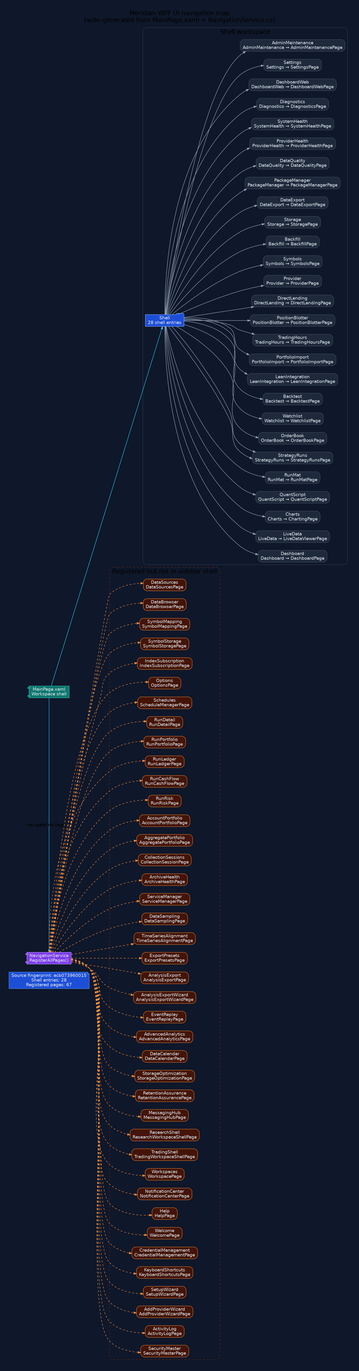
The Graphviz diagram docs/diagrams/ui-navigation-map.png in rodoHasArrived/Meridian-main, before a commit. Its source is kept beside it as docs/diagrams/ui-navigation-map.dot.
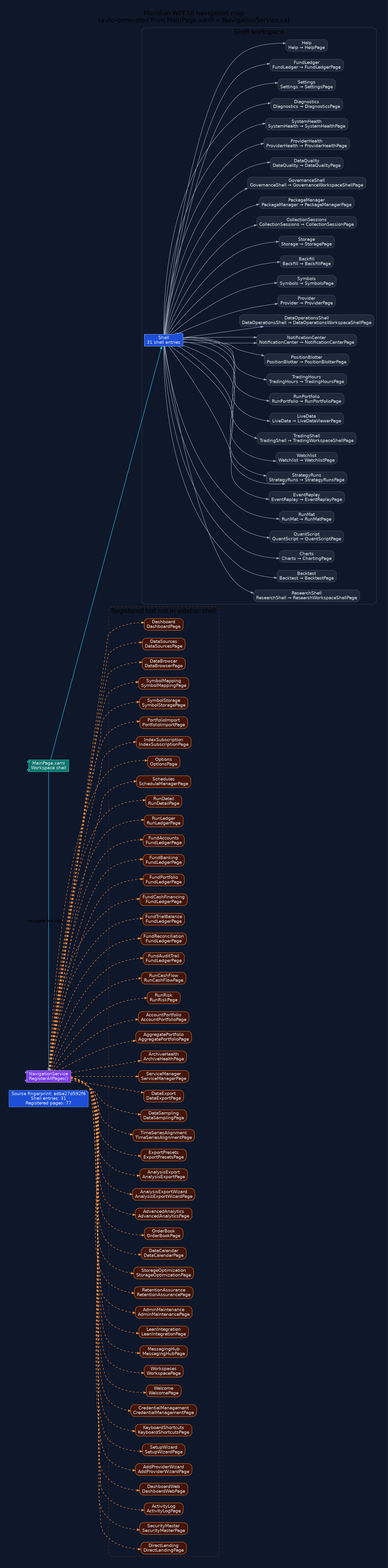
The same file after the commit.

The edit, as a diff of the source:
```diff
@@ -13,7 +13,7 @@
   node [fontname="Segoe UI", shape=box, style="rounded,filled", color="#475569", fontcolor="#e2e8f0", fillcolor="#1e293b"];
   edge [fontname="Segoe UI", color="#94a3b8", penwidth=1.3, arrowsize=0.8];
 
-  generated [shape=note, fillcolor="#1d4ed8", color="#60a5fa", label="Source fingerprint: acb073960015\nShell entries: 28\nRegistered pages: 67"];
+  generated [shape=note, fillcolor="#1d4ed8", color="#60a5fa", label="Source fingerprint: adba27d592f6\nShell entries: 31\nRegistered pages: 77"];
   shell [shape=component, fillcolor="#0f766e", color="#2dd4bf", label="MainPage.xaml\nWorkspace shell"];
   navigation [shape=component, fillcolor="#7c3aed", color="#c4b5fd", label="NavigationService\nRegisterAllPages()"];
   shell -> navigation [label="navigate via tags", color="#38bdf8"];
@@ -22,38 +22,40 @@
     label="Shell workspace";
     color="#334155";
     style="rounded";
-    workspace_1 [shape=folder, fillcolor="#1d4ed8", color="#93c5fd", label="Shell\n28 shell entries"];
+    workspace_1 [shape=folder, fillcolor="#1d4ed8", color="#93c5fd", label="Shell\n31 shell entries"];
     shell -> workspace_1 [color="#22d3ee"];
-    page_Dashboard [label="Dashboard\nDashboard → DashboardPage", fillcolor="#1e293b"];
-    workspace_1 -> page_Dashboard;
-    page_LiveData [label="LiveData\nLiveData → LiveDataViewerPage", fillcolor="#1e293b"];
-    workspace_1 -> page_LiveData;
+    page_ResearchShell [label="ResearchShell\nResearchShell → ResearchWorkspaceShellPage", fillcolor="#1e293b"];
+    workspace_1 -> page_ResearchShell;
+    page_Backtest [label="Backtest\nBacktest → BacktestPage", fillcolor="#1e293b"];
+    workspace_1 -> page_Backtest;
     page_Charts [label="Charts\nCharts → ChartingPage", fillcolor="#1e293b"];
     workspace_1 -> page_Charts;
     page_QuantScript [label="QuantScript\nQuantScript → QuantScriptPage", fillcolor="#1e293b"];
     workspace_1 -> page_QuantScript;
     page_RunMat [label="RunMat\nRunMat → RunMatPage", fillcolor="#1e293b"];
     workspace_1 -> page_RunMat;
+    page_EventReplay [label="EventReplay\nEventReplay → EventReplayPage", fillcolor="#1e293b"];
+    workspace_1 -> page_EventReplay;
     page_StrategyRuns [label="StrategyRuns\nStrategyRuns → StrategyRunsPage", fillcolor="#1e293b"];
     workspace_1 -> page_StrategyRuns;
-    page_OrderBook [label="OrderBook\nOrderBook → OrderBookPage", fillcolor="#1e293b"];
-    workspace_1 -> page_OrderBook;
     page_Watchlist [label="Watchlist\nWatchlist → WatchlistPage", fillcolor="#1e293b"];
     workspace_1 -> page_Watchlist;
-    page_Backtest [label="Backtest\nBacktest → BacktestPage", fillcolor="#1e293b"];
-    workspace_1 -> page_Backtest;
+    page_TradingShell [label="TradingShell\nTradingShell → TradingWorkspaceShellPage", fillcolor="#1e293b"];
+    workspace_1 -> page_TradingShell;
+    page_LiveData [label="LiveData\nLiveData → LiveDataViewerPage", fillcolor="#1e293b"];
+    workspace_1 -> page_LiveData;
     page_StrategyRuns [label="StrategyRuns\nStrategyRuns → StrategyRunsPage", fillcolor="#1e293b"];
     workspace_1 -> page_StrategyRuns;
-    page_LeanIntegration [label="LeanIntegration\nLeanIntegration → LeanIntegrationPage", fillcolor="#1e293b"];
-    workspace_1 -> page_LeanIntegration;
-    page_PortfolioImport [label="PortfolioImport\nPortfolioImport → PortfolioImportPage", fillcolor="#1e293b"];
-    workspace_1 -> page_PortfolioImport;
+    page_RunPortfolio [label="RunPortfolio\nRunPortfolio → RunPortfolioPage", fillcolor="#1e293b"];
+    workspace_1 -> page_RunPortfolio;
     page_TradingHours [label="TradingHours\nTradingHours → TradingHoursPage", fillcolor="#1e293b"];
     workspace_1 -> page_TradingHours;
     page_PositionBlotter [label="PositionBlotter\nPositionBlotter → PositionBlotterPage", fillcolor="#1e293b"];
     workspace_1 -> page_PositionBlotter;
-    page_DirectLending [label="DirectLending\nDirectLending → DirectLendingPage", fillcolor="#1e293b"];
-    workspace_1 -> page_DirectLending;
+    page_NotificationCenter [label="NotificationCenter\nNotificationCenter → NotificationCenterPage", fillcolor="#1e293b"];
+    workspace_1 -> page_NotificationCenter;
+    page_DataOperationsShell [label="DataOperationsShell\nDataOperationsShell → DataOperationsWorkspaceShellPage", fillcolor="#1e293b"];
+    workspace_1 -> page_DataOperationsShell;
     page_Provider [label="Provider\nProvider → ProviderPage", fillcolor="#1e293b"];
     workspace_1 -> page_Provider;
     page_Symbols [label="Symbols\nSymbols → SymbolsPage", fillcolor="#1e293b"];
@@ -62,10 +64,12 @@
     workspace_1 -> page_Backfill;
     page_Storage [label="Storage\nStorage → StoragePage", fillcolor="#1e293b"];
     workspace_1 -> page_Storage;
-    page_DataExport [label="DataExport\nDataExport → DataExportPage", fillcolor="#1e293b"];
-    workspace_1 -> page_DataExport;
+    page_CollectionSessions [label="CollectionSessions\nCollectionSessions → CollectionSessionPage", fillcolor="#1e293b"];
+    workspace_1 -> page_CollectionSessions;
     page_PackageManager [label="PackageManager\nPackageManager → PackageManagerPage", fillcolor="#1e293b"];
     workspace_1 -> page_PackageManager;
+    page_GovernanceShell [label="GovernanceShell\nGovernanceShell → GovernanceWorkspaceShellPage", fillcolor="#1e293b"];
+    workspace_1 -> page_GovernanceShell;
     page_DataQuality [label="DataQuality\nDataQuality → DataQualityPage", fillcolor="#1e293b"];
     workspace_1 -> page_DataQuality;
     page_ProviderHealth [label="ProviderHealth\nProviderHealth → ProviderHealthPage", fillcolor="#1e293b"];
@@ -74,18 +78,22 @@
     workspace_1 -> page_SystemHealth;
     page_Diagnostics [label="Diagnostics\nDiagnostics → DiagnosticsPage", fillcolor="#1e293b"];
     workspace_1 -> page_Diagnostics;
-    page_DashboardWeb [label="DashboardWeb\nDashboardWeb → DashboardWebPage", fillcolor="#1e293b"];
-    workspace_1 -> page_DashboardWeb;
+    page_NotificationCenter [label="NotificationCenter\nNotificationCenter → NotificationCenterPage", fillcolor="#1e293b"];
+    workspace_1 -> page_NotificationCenter;
     page_Settings [label="Settings\nSettings → SettingsPage", fillcolor="#1e293b"];
     workspace_1 -> page_Settings;
-    page_AdminMaintenance [label="AdminMaintenance\nAdminMaintenance → AdminMaintenancePage", fillcolor="#1e293b"];
-    workspace_1 -> page_AdminMaintenance;
+    page_FundLedger [label="FundLedger\nFundLedger → FundLedgerPage", fillcolor="#1e293b"];
+    workspace_1 -> page_FundLedger;
+    page_Help [label="Help\nHelp → HelpPage", fillcolor="#1e293b"];
+    workspace_1 -> page_Help;
   }
 
   subgraph cluster_hidden_pages {
     label="Registered but not in sidebar shell";
     color="#7c2d12";
     style="rounded,dashed";
+    hidden_Dashboard [label="Dashboard\nDashboardPage", fillcolor="#431407", color="#fb923c"];
+    navigation -> hidden_Dashboard [style=dashed, color="#fb923c"];
     hidden_DataSources [label="DataSources\nDataSourcesPage", fillcolor="#431407", color="#fb923c"];
     navigation -> hidden_DataSources [style=dashed, color="#fb923c"];
     hidden_DataBrowser [label="DataBrowser\nDataBrowserPage", fillcolor="#431407", color="#fb923c"];
@@ -94,6 +102,8 @@
     navigation -> hidden_SymbolMapping [style=dashed, color="#fb923c"];
     hidden_SymbolStorage [label="SymbolStorage\nSymbolStoragePage", fillcolor="#431407", color="#fb923c"];
     navigation -> hidden_SymbolStorage [style=dashed, color="#fb923c"];
+    hidden_PortfolioImport [label="PortfolioImport\nPortfolioImportPage", fillcolor="#431407", color="#fb923c"];
+    navigation -> hidden_PortfolioImport [style=dashed, color="#fb923c"];
     hidden_IndexSubscription [label="IndexSubscription\nIndexSubscriptionPage", fillcolor="#431407", color="#fb923c"];
     navigation -> hidden_IndexSubscription [style=dashed, color="#fb923c"];
     hidden_Options [label="Options\nOptionsPage", fillcolor="#431407", color="#fb923c"];
@@ -102,10 +112,22 @@
     navigation -> hidden_Schedules [style=dashed, color="#fb923c"];
     hidden_RunDetail [label="RunDetail\nRunDetailPage", fillcolor="#431407", color="#fb923c"];
     navigation -> hidden_RunDetail [style=dashed, color="#fb923c"];
-    hidden_RunPortfolio [label="RunPortfolio\nRunPortfolioPage", fillcolor="#431407", color="#fb923c"];
-    navigation -> hidden_RunPortfolio [style=dashed, color="#fb923c"];
     hidden_RunLedger [label="RunLedger\nRunLedgerPage", fillcolor="#431407", color="#fb923c"];
     navigation -> hidden_RunLedger [style=dashed, color="#fb923c"];
+    hidden_FundAccounts [label="FundAccounts\nFundLedgerPage", fillcolor="#431407", color="#fb923c"];
+    navigation -> hidden_FundAccounts [style=dashed, color="#fb923c"];
+    hidden_FundBanking [label="FundBanking\nFundLedgerPage", fillcolor="#431407", color="#fb923c"];
+    navigation -> hidden_FundBanking [style=dashed, color="#fb923c"];
+    hidden_FundPortfolio [label="FundPortfolio\nFundLedgerPage", fillcolor="#431407", color="#fb923c"];
+    navigation -> hidden_FundPortfolio [style=dashed, color="#fb923c"];
+    hidden_FundCashFinancing [label="FundCashFinancing\nFundLedgerPage", fillcolor="#431407", color="#fb923c"];
+    navigation -> hidden_FundCashFinancing [style=dashed, color="#fb923c"];
+    hidden_FundTrialBalance [label="FundTrialBalance\nFundLedgerPage", fillcolor="#431407", color="#fb923c"];
+    navigation -> hidden_FundTrialBalance [style=dashed, color="#fb923c"];
+    hidden_FundReconciliation [label="FundReconciliation\nFundLedgerPage", fillcolor="#431407", color="#fb923c"];
+    navigation -> hidden_FundReconciliation [style=dashed, color="#fb923c"];
+    hidden_FundAuditTrail [label="FundAuditTrail\nFundLedgerPage", fillcolor="#431407", color="#fb923c"];
+    navigation -> hidden_FundAuditTrail [style=dashed, color="#fb923c"];
     hidden_RunCashFlow [label="RunCashFlow\nRunCashFlowPage", fillcolor="#431407", color="#fb923c"];
     navigation -> hidden_RunCashFlow [style=dashed, color="#fb923c"];
     hidden_RunRisk [label="RunRisk\nRunRiskPage", fillcolor="#431407", color="#fb923c"];
@@ -114,12 +136,12 @@
     navigation -> hidden_AccountPortfolio [style=dashed, color="#fb923c"];
     hidden_AggregatePortfolio [label="AggregatePortfolio\nAggregatePortfolioPage", fillcolor="#431407", color="#fb923c"];
     navigation -> hidden_AggregatePortfolio [style=dashed, color="#fb923c"];
-    hidden_CollectionSessions [label="CollectionSessions\nCollectionSessionPage", fillcolor="#431407", color="#fb923c"];
-    navigation -> hidden_CollectionSessions [style=dashed, color="#fb923c"];
     hidden_ArchiveHealth [label="ArchiveHealth\nArchiveHealthPage", fillcolor="#431407", color="#fb923c"];
     navigation -> hidden_ArchiveHealth [style=dashed, color="#fb923c"];
     hidden_ServiceManager [label="ServiceManager\nServiceManagerPage", fillcolor="#431407", color="#fb923c"];
     navigation -> hidden_ServiceManager [style=dashed, color="#fb923c"];
+    hidden_DataExport [label="DataExport\nDataExportPage", fillcolor="#431407", color="#fb923c"];
+    navigation -> hidden_DataExport [style=dashed, color="#fb923c"];
     hidden_DataSampling [label="DataSampling\nDataSamplingPage", fillcolor="#431407", color="#fb923c"];
     navigation -> hidden_DataSampling [style=dashed, color="#fb923c"];
     hidden_TimeSeriesAlignment [label="TimeSeriesAlignment\nTimeSeriesAlignmentPage", fillcolor="#431407", color="#fb923c"];
@@ -130,28 +152,24 @@
     navigation -> hidden_AnalysisExport [style=dashed, color="#fb923c"];
     hidden_AnalysisExportWizard [label="AnalysisExportWizard\nAnalysisExportWizardPage", fillcolor="#431407", color="#fb923c"];
     navigation -> hidden_AnalysisExportWizard [style=dashed, color="#fb923c"];
-    hidden_EventReplay [label="EventReplay\nEventReplayPage", fillcolor="#431407", color="#fb923c"];
-    navigation -> hidden_EventReplay [style=dashed, color="#fb923c"];
     hidden_AdvancedAnalytics [label="AdvancedAnalytics\nAdvancedAnalyticsPage", fillcolor="#431407", color="#fb923c"];
     navigation -> hidden_AdvancedAnalytics [style=dashed, color="#fb923c"];
+    hidden_OrderBook [label="OrderBook\nOrderBookPage", fillcolor="#431407", color="#fb923c"];
+    navigation -> hidden_OrderBook [style=dashed, color="#fb923c"];
     hidden_DataCalendar [label="DataCalendar\nDataCalendarPage", fillcolor="#431407", color="#fb923c"];
     navigation -> hidden_DataCalendar [style=dashed, color="#fb923c"];
     hidden_StorageOptimization [label="StorageOptimization\nStorageOptimizationPage", fillcolor="#431407", color="#fb923c"];
     navigation -> hidden_StorageOptimization [style=dashed, color="#fb923c"];
     hidden_RetentionAssurance [label="RetentionAssurance\nRetentionAssurancePage", fillcolor="#431407", color="#fb923c"];
     navigation -> hidden_RetentionAssurance [style=dashed, color="#fb923c"];
+    hidden_AdminMaintenance [label="AdminMaintenance\nAdminMaintenancePage", fillcolor="#431407", color="#fb923c"];
+    navigation -> hidden_AdminMaintenance [style=dashed, color="#fb923c"];
+    hidden_LeanIntegration [label="LeanIntegration\nLeanIntegrationPage", fillcolor="#431407", color="#fb923c"];
+    navigation -> hidden_LeanIntegration [style=dashed, color="#fb923c"];
     hidden_MessagingHub [label="MessagingHub\nMessagingHubPage", fillcolor="#431407", color="#fb923c"];
     navigation -> hidden_MessagingHub [style=dashed, color="#fb923c"];
-    hidden_ResearchShell [label="ResearchShell\nResearchWorkspaceShellPage", fillcolor="#431407", color="#fb923c"];
-    navigation -> hidden_ResearchShell [style=dashed, color="#fb923c"];
-    hidden_TradingShell [label="TradingShell\nTradingWorkspaceShellPage", fillcolor="#431407", color="#fb923c"];
-    navigation -> hidden_TradingShell [style=dashed, color="#fb923c"];
     hidden_Workspaces [label="Workspaces\nWorkspacePage", fillcolor="#431407", color="#fb923c"];
     navigation -> hidden_Workspaces [style=dashed, color="#fb923c"];
-    hidden_NotificationCenter [label="NotificationCenter\nNotificationCenterPage", fillcolor="#431407", color="#fb923c"];
-    navigation -> hidden_NotificationCenter [style=dashed, color="#fb923c"];
-    hidden_Help [label="Help\nHelpPage", fillcolor="#431407", color="#fb923c"];
-    navigation -> hidden_Help [style=dashed, color="#fb923c"];
     hidden_Welcome [label="Welcome\nWelcomePage", fillcolor="#431407", color="#fb923c"];
     navigation -> hidden_Welcome [style=dashed, color="#fb923c"];
     hidden_CredentialManagement [label="CredentialManagement\nCredentialManagementPage", fillcolor="#431407", color="#fb923c"];
@@ -162,10 +180,14 @@
     navigation -> hidden_SetupWizard [style=dashed, color="#fb923c"];
     hidden_AddProviderWizard [label="AddProviderWizard\nAddProviderWizardPage", fillcolor="#431407", color="#fb923c"];
     navigation -> hidden_AddProviderWizard [style=dashed, color="#fb923c"];
+    hidden_DashboardWeb [label="DashboardWeb\nDashboardWebPage", fillcolor="#431407", color="#fb923c"];
+    navigation -> hidden_DashboardWeb [style=dashed, color="#fb923c"];
     hidden_ActivityLog [label="ActivityLog\nActivityLogPage", fillcolor="#431407", color="#fb923c"];
     navigation -> hidden_ActivityLog [style=dashed, color="#fb923c"];
     hidden_SecurityMaster [label="SecurityMaster\nSecurityMasterPage", fillcolor="#431407", color="#fb923c"];
     navigation -> hidden_SecurityMaster [style=dashed, color="#fb923c"];
+    hidden_DirectLending [label="DirectLending\nDirectLendingPage", fillcolor="#431407", color="#fb923c"];
+    navigation -> hidden_DirectLending [style=dashed, color="#fb923c"];
   }
 
   { rank=min; generated; shell; navigation; }
```
